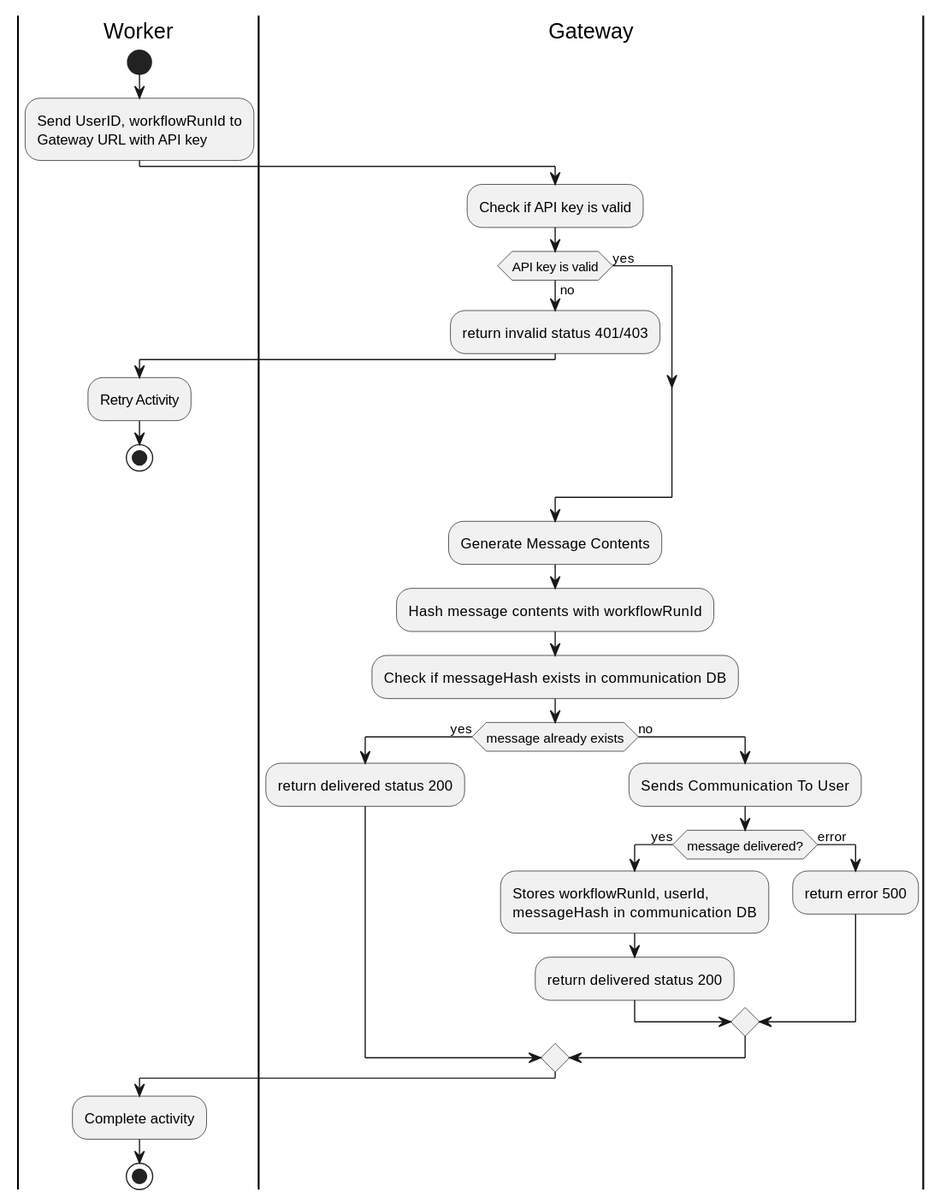
This is Designs/Images/Activity Diagrams/SendMessageToGatewayActivity.svg from CameronWard301/communication_scheduler, a PlantUML export, as it was before one commit.
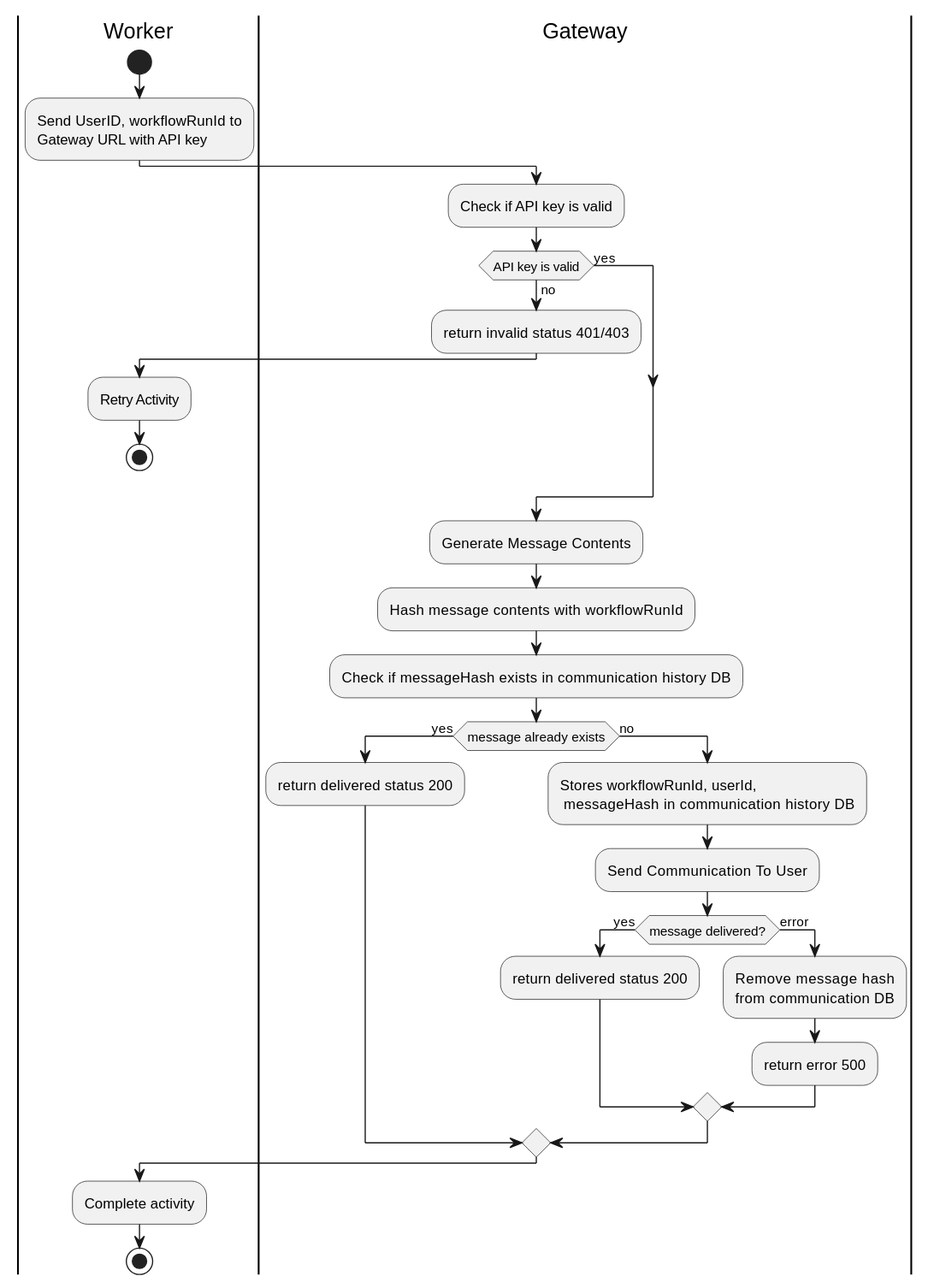
After the change.

Diff of the diagram source:
```diff
@@ -22,18 +22,21 @@
 :Generate Message Contents;
 :Hash message contents with workflowRunId;
 
-:Check if messageHash exists in communication DB;
+:Check if messageHash exists in communication history DB;
 if (message already exists) is (yes) then
 :return delivered status 200;
 else (no)
 
-:Sends Communication To User;
+:Stores workflowRunId, userId,
+ messageHash in communication history DB;
+:Send Communication To User;
 
     if (message delivered?) is (yes) then
-    :Stores workflowRunId, userId,
-    messageHash in communication DB;
+
     :return delivered status 200;
     else (error)
+    :Remove message hash
+    from communication DB;
     :return error 500;
     endif
 
```
